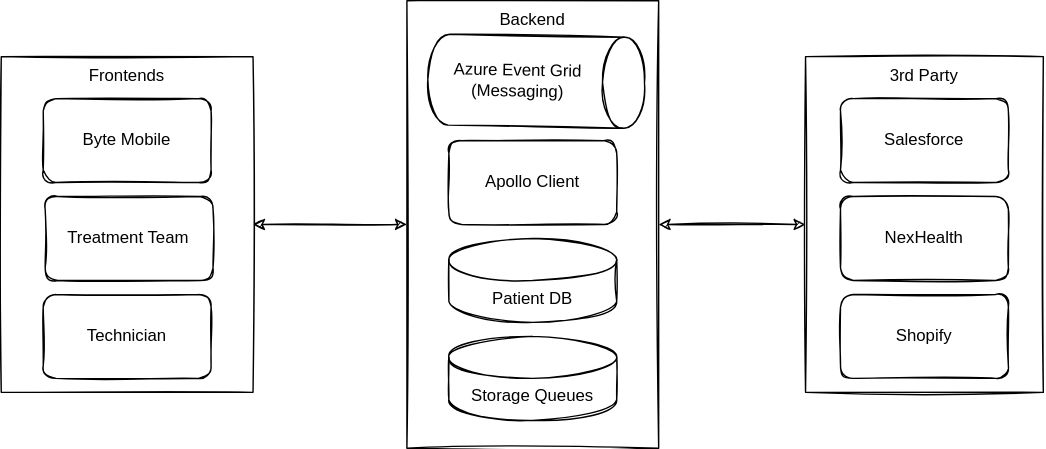
resema/cheatsheets keeps this draw.io diagram as diags/byte+/context-view.drawio.svg. Above is the earlier version. Source tidied: cells renumbered, new cells last; positions are measured from the earlier drawing's top-left corner, leaving out a move shared by most shapes.
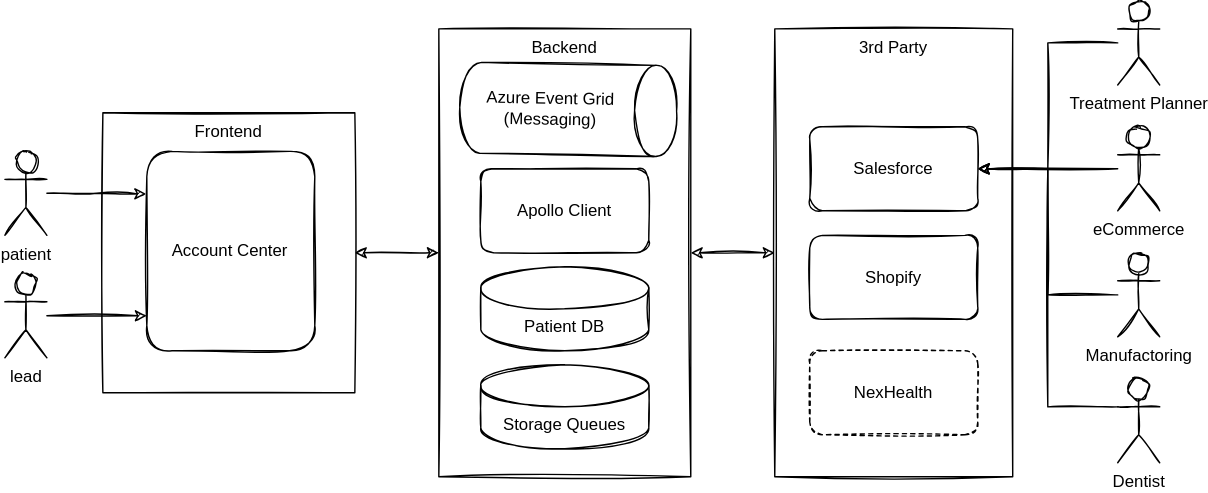
Later version of the same file.

Change to the diagram source:
```diff
@@ -2,50 +2,90 @@
   <root>
     <mxCell id="0" />
     <mxCell id="1" parent="0" />
-    <mxCell id="2" value="Frontends" style="rounded=0;whiteSpace=wrap;html=1;labelBackgroundColor=#FFFFFF;sketch=1;fontColor=none;labelPosition=center;verticalLabelPosition=middle;align=center;verticalAlign=top;" parent="1" vertex="1">
-      <mxGeometry y="60" width="180" height="240" as="geometry" />
+    <mxCell id="2" value="Frontend" style="rounded=0;whiteSpace=wrap;html=1;labelBackgroundColor=#FFFFFF;sketch=1;fontColor=none;labelPosition=center;verticalLabelPosition=middle;align=center;verticalAlign=top;" parent="1" vertex="1">
+      <mxGeometry y="80" width="180" height="200" as="geometry" />
     </mxCell>
-    <mxCell id="3" value="Byte Mobile" style="rounded=1;whiteSpace=wrap;html=1;labelBackgroundColor=#FFFFFF;sketch=1;fontColor=none;" parent="1" vertex="1">
-      <mxGeometry x="30" y="90" width="120" height="60" as="geometry" />
+    <mxCell id="3" value="Account Center" style="rounded=1;whiteSpace=wrap;html=1;labelBackgroundColor=#FFFFFF;sketch=1;fontColor=none;" parent="1" vertex="1">
+      <mxGeometry x="31.4" y="107.5" width="120" height="142.5" as="geometry" />
     </mxCell>
-    <mxCell id="4" value="Treatment Team" style="rounded=1;whiteSpace=wrap;html=1;labelBackgroundColor=#FFFFFF;sketch=1;fontColor=none;" parent="1" vertex="1">
-      <mxGeometry x="31.4" y="160" width="120" height="60" as="geometry" />
-    </mxCell>
-    <mxCell id="5" value="Technician" style="rounded=1;whiteSpace=wrap;html=1;labelBackgroundColor=#FFFFFF;sketch=1;fontColor=none;" parent="1" vertex="1">
-      <mxGeometry x="30" y="230" width="120" height="60" as="geometry" />
-    </mxCell>
     <mxCell id="6" style="edgeStyle=none;rounded=0;sketch=1;jettySize=auto;html=1;entryX=0;entryY=0.5;entryDx=0;entryDy=0;fontColor=none;startArrow=classic;startFill=1;" parent="1" edge="1" source="7" target="9">
       <mxGeometry relative="1" as="geometry" />
     </mxCell>
     <mxCell id="7" value="Backend" style="rounded=0;whiteSpace=wrap;html=1;labelBackgroundColor=#FFFFFF;sketch=1;fontColor=none;verticalAlign=top;" parent="1" vertex="1">
-      <mxGeometry x="290" y="20" width="180" height="320" as="geometry" />
+      <mxGeometry x="240" y="20" width="180" height="320" as="geometry" />
     </mxCell>
     <mxCell id="8" value="Apollo Client" style="rounded=1;whiteSpace=wrap;html=1;labelBackgroundColor=#FFFFFF;sketch=1;fontColor=none;" parent="1" vertex="1">
-      <mxGeometry x="320" y="120" width="120" height="60" as="geometry" />
+      <mxGeometry x="270" y="120" width="120" height="60" as="geometry" />
     </mxCell>
     <mxCell id="9" value="3rd Party" style="rounded=0;whiteSpace=wrap;html=1;labelBackgroundColor=#FFFFFF;sketch=1;fontColor=none;verticalAlign=top;" parent="1" vertex="1">
-      <mxGeometry x="575" y="60" width="170" height="240" as="geometry" />
+      <mxGeometry x="480" y="20" width="170" height="320" as="geometry" />
     </mxCell>
     <mxCell id="10" value="Salesforce" style="rounded=1;whiteSpace=wrap;html=1;labelBackgroundColor=#FFFFFF;sketch=1;fontColor=none;" parent="1" vertex="1">
-      <mxGeometry x="600" y="90" width="120" height="60" as="geometry" />
+      <mxGeometry x="505" y="90" width="120" height="60" as="geometry" />
     </mxCell>
-    <mxCell id="11" value="NexHealth" style="rounded=1;whiteSpace=wrap;html=1;labelBackgroundColor=#FFFFFF;sketch=1;fontColor=none;" parent="1" vertex="1">
-      <mxGeometry x="600" y="160" width="120" height="60" as="geometry" />
+    <mxCell id="11" value="NexHealth" style="rounded=1;whiteSpace=wrap;html=1;labelBackgroundColor=#FFFFFF;sketch=1;fontColor=none;dashed=1;" parent="1" vertex="1">
+      <mxGeometry x="505" y="250" width="120" height="60" as="geometry" />
     </mxCell>
     <mxCell id="12" value="Shopify" style="rounded=1;whiteSpace=wrap;html=1;labelBackgroundColor=#FFFFFF;sketch=1;fontColor=none;" parent="1" vertex="1">
-      <mxGeometry x="600" y="230" width="120" height="60" as="geometry" />
+      <mxGeometry x="505" y="167.5" width="120" height="60" as="geometry" />
     </mxCell>
     <mxCell id="13" value="Patient DB" style="shape=cylinder3;whiteSpace=wrap;html=1;boundedLbl=1;backgroundOutline=1;size=15;labelBackgroundColor=#FFFFFF;sketch=1;fontColor=none;" parent="1" vertex="1">
-      <mxGeometry x="320" y="190" width="120" height="60" as="geometry" />
+      <mxGeometry x="270" y="190" width="120" height="60" as="geometry" />
     </mxCell>
     <mxCell id="14" style="rounded=0;sketch=1;jettySize=auto;html=1;entryX=0;entryY=0.5;entryDx=0;entryDy=0;fontColor=none;startArrow=classic;startFill=1;" parent="1" edge="1" source="2" target="7">
       <mxGeometry relative="1" as="geometry" />
     </mxCell>
     <mxCell id="15" value="Storage Queues" style="shape=cylinder3;whiteSpace=wrap;html=1;boundedLbl=1;backgroundOutline=1;size=15;labelBackgroundColor=#FFFFFF;sketch=1;fontColor=none;" parent="1" vertex="1">
-      <mxGeometry x="320" y="260" width="120" height="60" as="geometry" />
+      <mxGeometry x="270" y="260" width="120" height="60" as="geometry" />
     </mxCell>
     <mxCell id="16" value="Azure Event Grid&lt;br&gt;(Messaging)" style="shape=cylinder3;whiteSpace=wrap;html=1;boundedLbl=1;backgroundOutline=1;size=15;labelBackgroundColor=#FFFFFF;sketch=1;fontColor=none;rotation=91;horizontal=0;" parent="1" vertex="1">
-      <mxGeometry x="349.9" y="0.1" width="65" height="154.9" as="geometry" />
+      <mxGeometry x="299.9" y="0.1" width="65" height="154.9" as="geometry" />
     </mxCell>
+    <mxCell id="17" style="edgeStyle=orthogonalEdgeStyle;rounded=0;sketch=1;jettySize=auto;html=1;fontColor=none;startArrow=none;startFill=0;" parent="1" edge="1" source="18">
+      <mxGeometry relative="1" as="geometry">
+        <mxPoint x="31" y="138" as="targetPoint" />
+      </mxGeometry>
+    </mxCell>
+    <mxCell id="18" value="patient" style="shape=umlActor;verticalLabelPosition=bottom;verticalAlign=top;html=1;outlineConnect=0;rounded=0;labelBackgroundColor=#FFFFFF;sketch=1;fontColor=none;" parent="1" vertex="1">
+      <mxGeometry x="-70" y="107.5" width="30" height="60" as="geometry" />
+    </mxCell>
+    <mxCell id="19" style="edgeStyle=orthogonalEdgeStyle;rounded=0;sketch=1;jettySize=auto;html=1;entryX=0;entryY=0.75;entryDx=0;entryDy=0;fontColor=none;startArrow=none;startFill=0;" parent="1" edge="1" source="20">
+      <mxGeometry relative="1" as="geometry">
+        <mxPoint x="31.4" y="225" as="targetPoint" />
+      </mxGeometry>
+    </mxCell>
+    <mxCell id="20" value="lead" style="shape=umlActor;verticalLabelPosition=bottom;verticalAlign=top;html=1;outlineConnect=0;rounded=0;labelBackgroundColor=#FFFFFF;sketch=1;fontColor=none;" parent="1" vertex="1">
+      <mxGeometry x="-70" y="195" width="30" height="60" as="geometry" />
+    </mxCell>
+    <mxCell id="21" style="edgeStyle=orthogonalEdgeStyle;rounded=0;sketch=1;jettySize=auto;html=1;entryX=1;entryY=0.5;entryDx=0;entryDy=0;fontColor=none;startArrow=none;startFill=0;" parent="1" edge="1" source="22" target="10">
+      <mxGeometry relative="1" as="geometry" />
+    </mxCell>
+    <mxCell id="22" value="Treatment Planner" style="shape=umlActor;verticalLabelPosition=bottom;verticalAlign=top;html=1;outlineConnect=0;rounded=0;labelBackgroundColor=#FFFFFF;sketch=1;fontColor=none;" parent="1" vertex="1">
+      <mxGeometry x="725" y="0.1" width="30" height="60" as="geometry" />
+    </mxCell>
+    <mxCell id="23" style="edgeStyle=orthogonalEdgeStyle;rounded=0;sketch=1;jettySize=auto;html=1;fontColor=none;startArrow=none;startFill=0;" parent="1" edge="1" source="24">
+      <mxGeometry relative="1" as="geometry">
+        <mxPoint x="625" y="120" as="targetPoint" />
+        <Array as="points">
+          <mxPoint x="675" y="290" />
+          <mxPoint x="675" y="120" />
+        </Array>
+      </mxGeometry>
+    </mxCell>
+    <mxCell id="24" value="Dentist" style="shape=umlActor;verticalLabelPosition=bottom;verticalAlign=top;html=1;outlineConnect=0;rounded=0;labelBackgroundColor=#FFFFFF;sketch=1;fontColor=none;" parent="1" vertex="1">
+      <mxGeometry x="725" y="270" width="30" height="60" as="geometry" />
+    </mxCell>
+    <mxCell id="25" style="edgeStyle=orthogonalEdgeStyle;rounded=0;sketch=1;jettySize=auto;html=1;entryX=1;entryY=0.5;entryDx=0;entryDy=0;fontColor=none;startArrow=none;startFill=0;" parent="1" edge="1" source="26" target="10">
+      <mxGeometry relative="1" as="geometry" />
+    </mxCell>
+    <mxCell id="26" value="eCommerce" style="shape=umlActor;verticalLabelPosition=bottom;verticalAlign=top;html=1;outlineConnect=0;rounded=0;labelBackgroundColor=#FFFFFF;sketch=1;fontColor=none;" parent="1" vertex="1">
+      <mxGeometry x="725" y="90" width="30" height="60" as="geometry" />
+    </mxCell>
+    <mxCell id="27" style="edgeStyle=orthogonalEdgeStyle;rounded=0;sketch=1;jettySize=auto;html=1;entryX=1;entryY=0.5;entryDx=0;entryDy=0;fontColor=none;startArrow=none;startFill=0;" parent="1" edge="1" source="28" target="10">
+      <mxGeometry relative="1" as="geometry" />
+    </mxCell>
+    <mxCell id="28" value="Manufactoring" style="shape=umlActor;verticalLabelPosition=bottom;verticalAlign=top;html=1;outlineConnect=0;rounded=0;labelBackgroundColor=#FFFFFF;sketch=1;fontColor=none;" parent="1" vertex="1">
+      <mxGeometry x="725" y="180" width="30" height="60" as="geometry" />
+    </mxCell>
   </root>
 </mxGraphModel>
```
